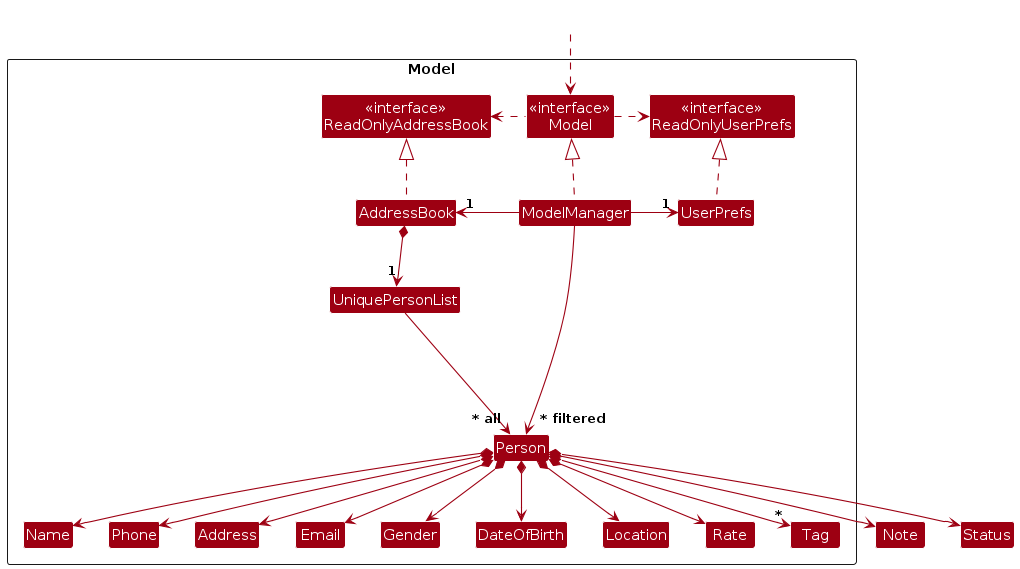
Above: diagrams/ModelClassDiagram.png in AY2526S2-CS2103-F08-1a/tp (PlantUML), before the change. Its source is kept beside it as diagrams/ModelClassDiagram.puml.
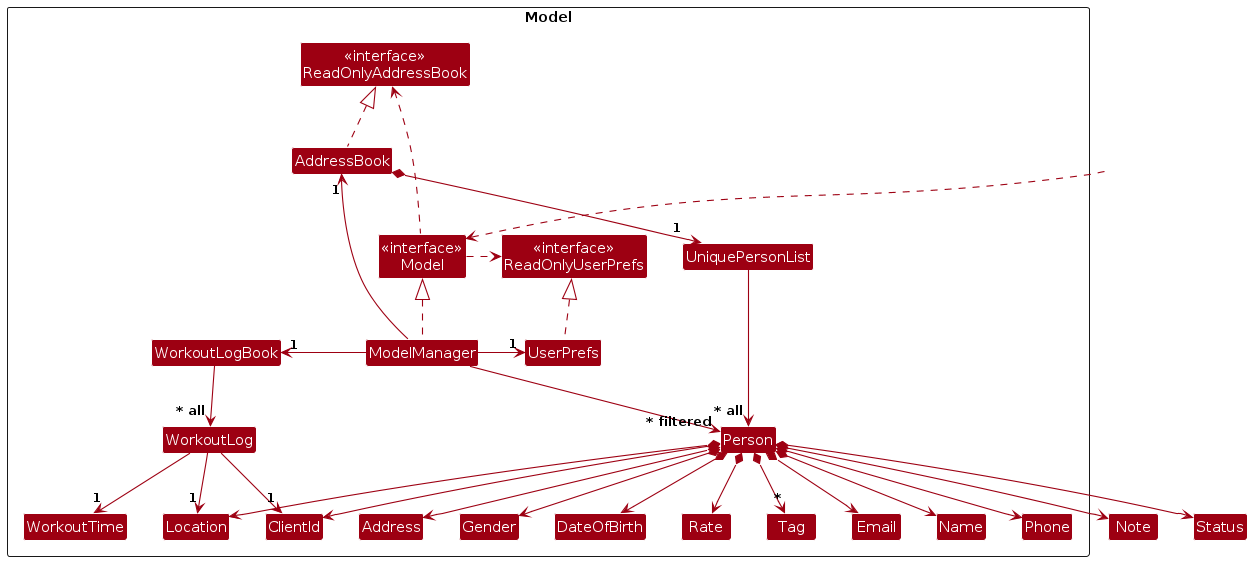
The same diagram one commit later.

Change to the diagram source:
```diff
@@ -9,11 +9,15 @@
 Class "<<interface>>\nReadOnlyUserPrefs" as ReadOnlyUserPrefs
 Class "<<interface>>\nModel" as Model
 Class AddressBook
+Class WorkoutLogBook
 Class ModelManager
 Class UserPrefs
 
 Class UniquePersonList
+Class WorkoutLog
+Class WorkoutTime
 Class Person
+Class ClientId
 Class Gender
 Class DateOfBirth
 Class Address
@@ -37,10 +41,17 @@
 Model .left.> ReadOnlyAddressBook
 ModelManager -left-> "1" AddressBook
 ModelManager -right-> "1" UserPrefs
+ModelManager -left-> "1" WorkoutLogBook
 UserPrefs .up.|> ReadOnlyUserPrefs
+
+WorkoutLogBook --> "~* all" WorkoutLog
+WorkoutLog --> "1" ClientId
+WorkoutLog --> "1" WorkoutTime
+WorkoutLog --> "1" Location
 
 AddressBook *--> "1" UniquePersonList
 UniquePersonList --> "~* all" Person
+Person *--> ClientId
 Person *--> Name
 Person *--> Phone
 Person *--> Email
```
